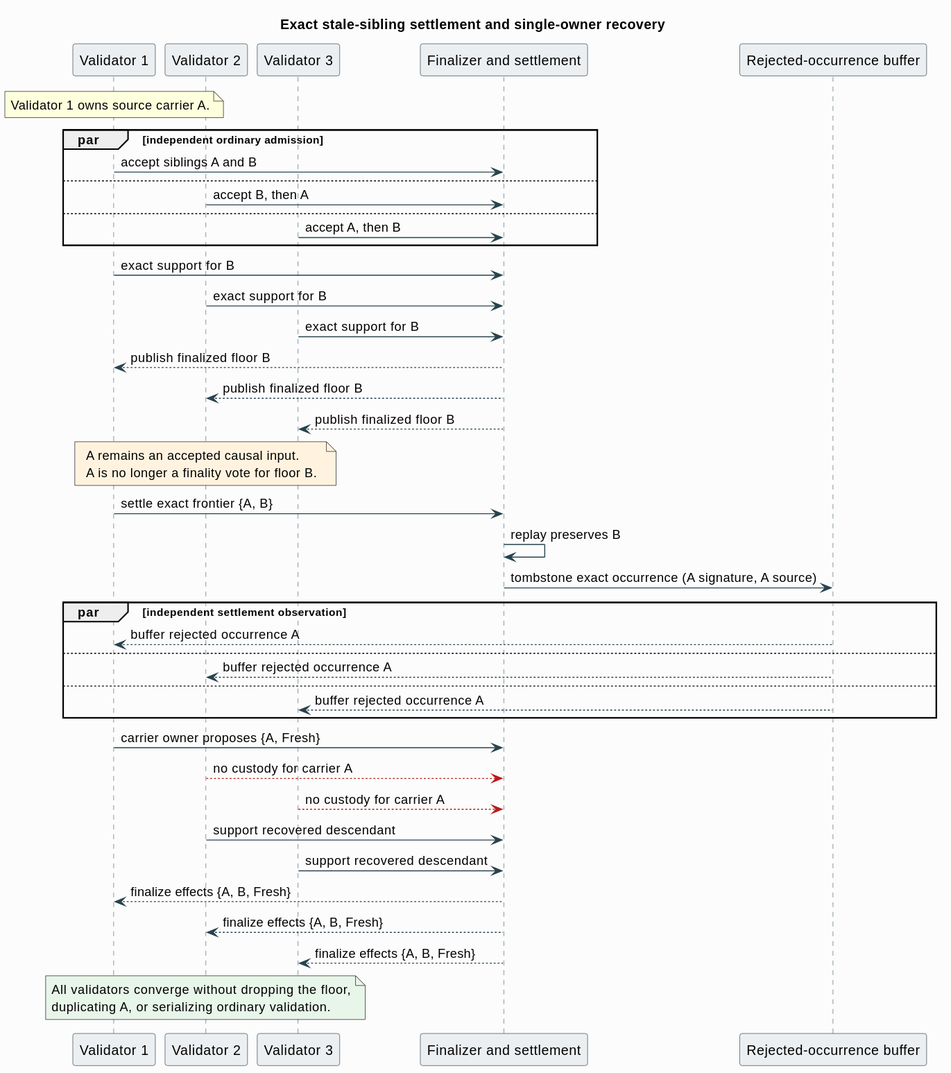
Above: docs/casper/theory/finalized-floor/diagrams/12-stale-sibling-settlement-recovery.svg in F1R3FLY-io/f1r3node-rust (PlantUML), before the change.
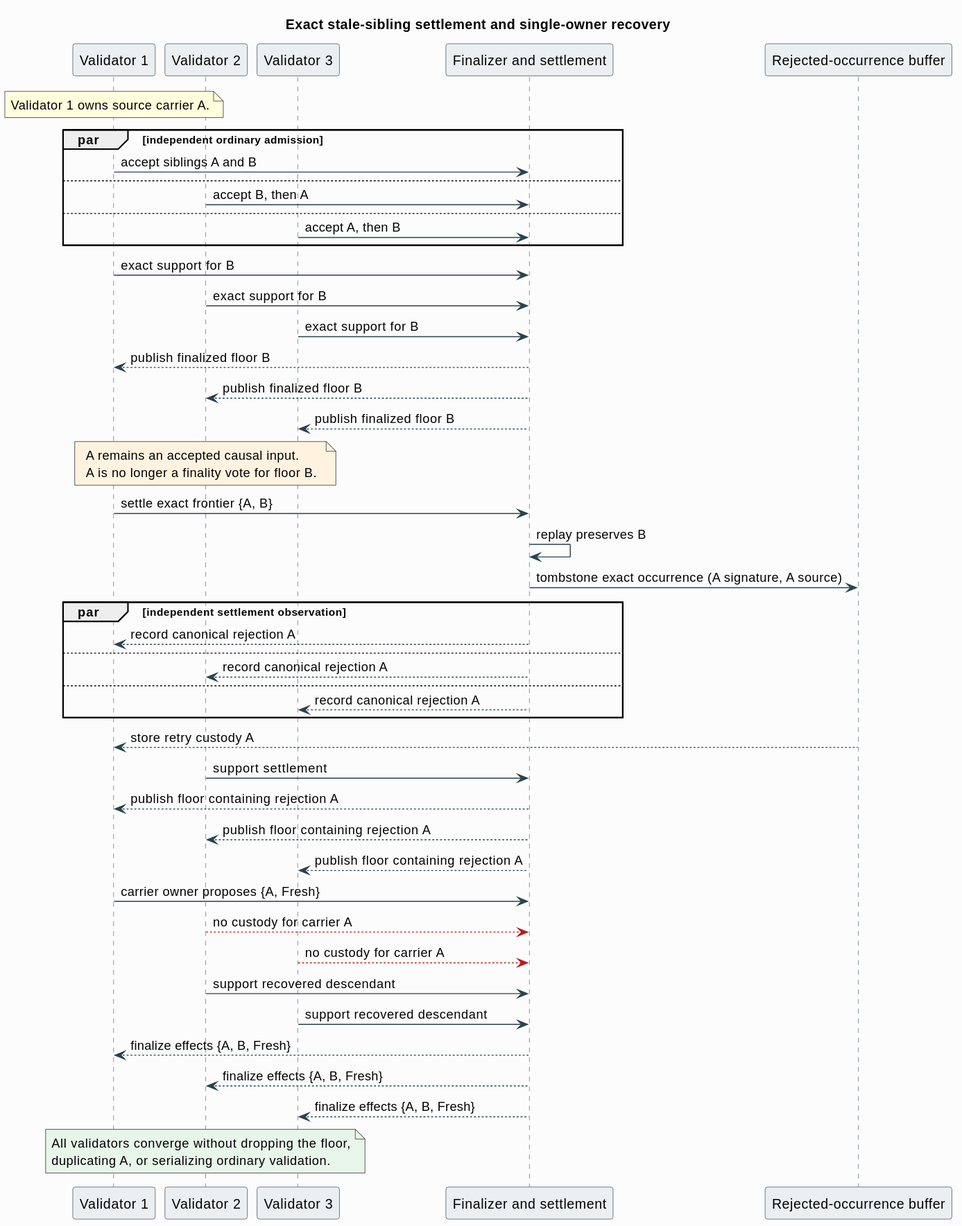
After the change.

What changed in the source:
```diff
@@ -42,12 +42,17 @@
 F -> F: replay preserves B
 F -> R: tombstone exact occurrence (A signature, A source)
 par independent settlement observation
-  R --> V1: buffer rejected occurrence A
+  F --> V1: record canonical rejection A
 else
-  R --> V2: buffer rejected occurrence A
+  F --> V2: record canonical rejection A
 else
-  R --> V3: buffer rejected occurrence A
+  F --> V3: record canonical rejection A
 end
+R --> V1: store retry custody A
+V2 -> F: support settlement
+F --> V1: publish floor containing rejection A
+F --> V2: publish floor containing rejection A
+F --> V3: publish floor containing rejection A
 
 V1 -> F: carrier owner proposes {A, Fresh}
 V2 -[#B71C1C,dashed]> F: no custody for carrier A
```
